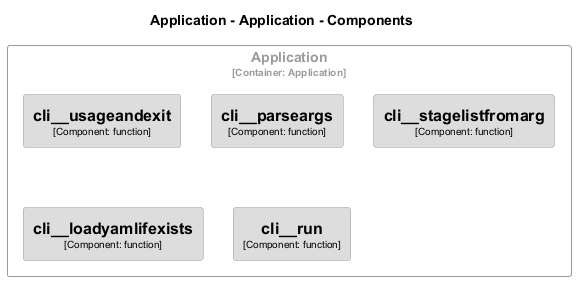
Above: docs/architecture/diagrams/structurizr-Classes_default_container__cli.png in chrislyons-dev/archlette (PlantUML), before the change.
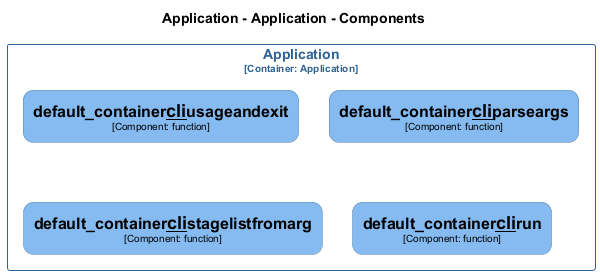
The same file after the commit.

Change to the diagram source:
```diff
@@ -11,52 +11,50 @@
   defaultTextAlignment center
   wrapWidth 200
   maxMessageSize 100
+  defaultFontName "Arial"
 }
 
 hide stereotype
 
-skinparam rectangle<<Application.Application.cli__loadyamlifexists>> {
-  BackgroundColor #dddddd
+skinparam rectangle<<Application.Application.default_container__cli__parseargs>> {
+  BackgroundColor #85bbf0
   FontColor #000000
-  BorderColor #9a9a9a
+  BorderColor #5d82a8
+  roundCorner 20
   shadowing false
 }
-skinparam rectangle<<Application.Application.cli__parseargs>> {
-  BackgroundColor #dddddd
+skinparam rectangle<<Application.Application.default_container__cli__run>> {
+  BackgroundColor #85bbf0
   FontColor #000000
-  BorderColor #9a9a9a
+  BorderColor #5d82a8
+  roundCorner 20
   shadowing false
 }
-skinparam rectangle<<Application.Application.cli__run>> {
-  BackgroundColor #dddddd
+skinparam rectangle<<Application.Application.default_container__cli__stagelistfromarg>> {
+  BackgroundColor #85bbf0
   FontColor #000000
-  BorderColor #9a9a9a
+  BorderColor #5d82a8
+  roundCorner 20
   shadowing false
 }
-skinparam rectangle<<Application.Application.cli__stagelistfromarg>> {
-  BackgroundColor #dddddd
+skinparam rectangle<<Application.Application.default_container__cli__usageandexit>> {
+  BackgroundColor #85bbf0
   FontColor #000000
-  BorderColor #9a9a9a
-  shadowing false
-}
-skinparam rectangle<<Application.Application.cli__usageandexit>> {
-  BackgroundColor #dddddd
-  FontColor #000000
-  BorderColor #9a9a9a
+  BorderColor #5d82a8
+  roundCorner 20
   shadowing false
 }
 skinparam rectangle<<Application.Application>> {
-  BorderColor #9a9a9a
-  FontColor #9a9a9a
+  BorderColor #2e6295
+  FontColor #2e6295
   shadowing false
 }
 
 rectangle "Application\n<size:10>[Container: Application]</size>" <<Application.Application>> {
-  rectangle "==cli__usageandexit\n<size:10>[Component: function]</size>" <<Application.Application.cli__usageandexit>> as Application.Application.cli__usageandexit
-  rectangle "==cli__parseargs\n<size:10>[Component: function]</size>" <<Application.Application.cli__parseargs>> as Application.Application.cli__parseargs
-  rectangle "==cli__stagelistfromarg\n<size:10>[Component: function]</size>" <<Application.Application.cli__stagelistfromarg>> as Application.Application.cli__stagelistfromarg
-  rectangle "==cli__loadyamlifexists\n<size:10>[Component: function]</size>" <<Application.Application.cli__loadyamlifexists>> as Application.Application.cli__loadyamlifexists
-  rectangle "==cli__run\n<size:10>[Component: function]</size>" <<Application.Application.cli__run>> as Application.Application.cli__run
+  rectangle "==default_container__cli__usageandexit\n<size:10>[Component: function]</size>" <<Application.Application.default_container__cli__usageandexit>> as Application.Application.default_container__cli__usageandexit
+  rectangle "==default_container__cli__parseargs\n<size:10>[Component: function]</size>" <<Application.Application.default_container__cli__parseargs>> as Application.Application.default_container__cli__parseargs
+  rectangle "==default_container__cli__stagelistfromarg\n<size:10>[Component: function]</size>" <<Application.Application.default_container__cli__stagelistfromarg>> as Application.Application.default_container__cli__stagelistfromarg
+  rectangle "==default_container__cli__run\n<size:10>[Component: function]</size>" <<Application.Application.default_container__cli__run>> as Application.Application.default_container__cli__run
 }
 
 @enduml
```
